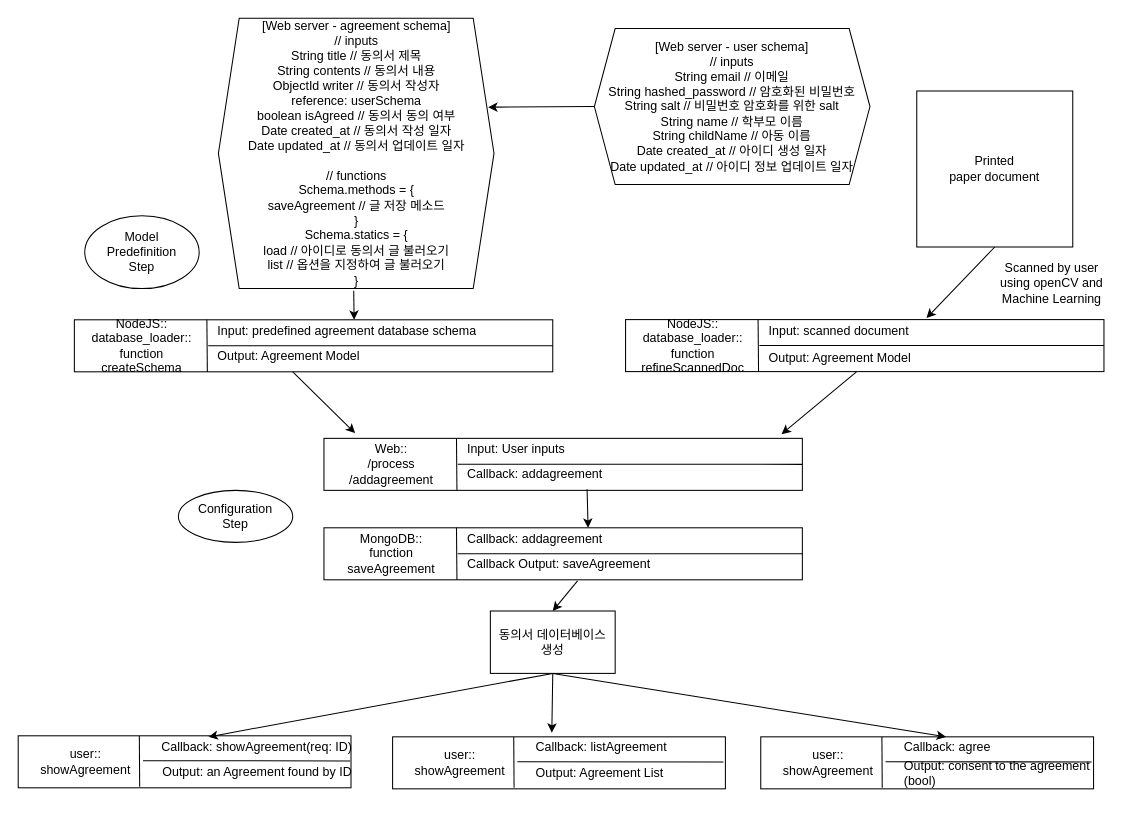
This is page "Page-2" (2 of 2) of Untitled Diagram.drawio from dosthcpp/My-Projects, a draw.io file, before an edit. Source tidied: cells renumbered, new cells numbered last; positions are measured from the earlier drawing's top-left corner, leaving out a move shared by most shapes. Both pictures are drawn from the tidied source at 104%, with x=0, y=0 at pixel (18, 18).
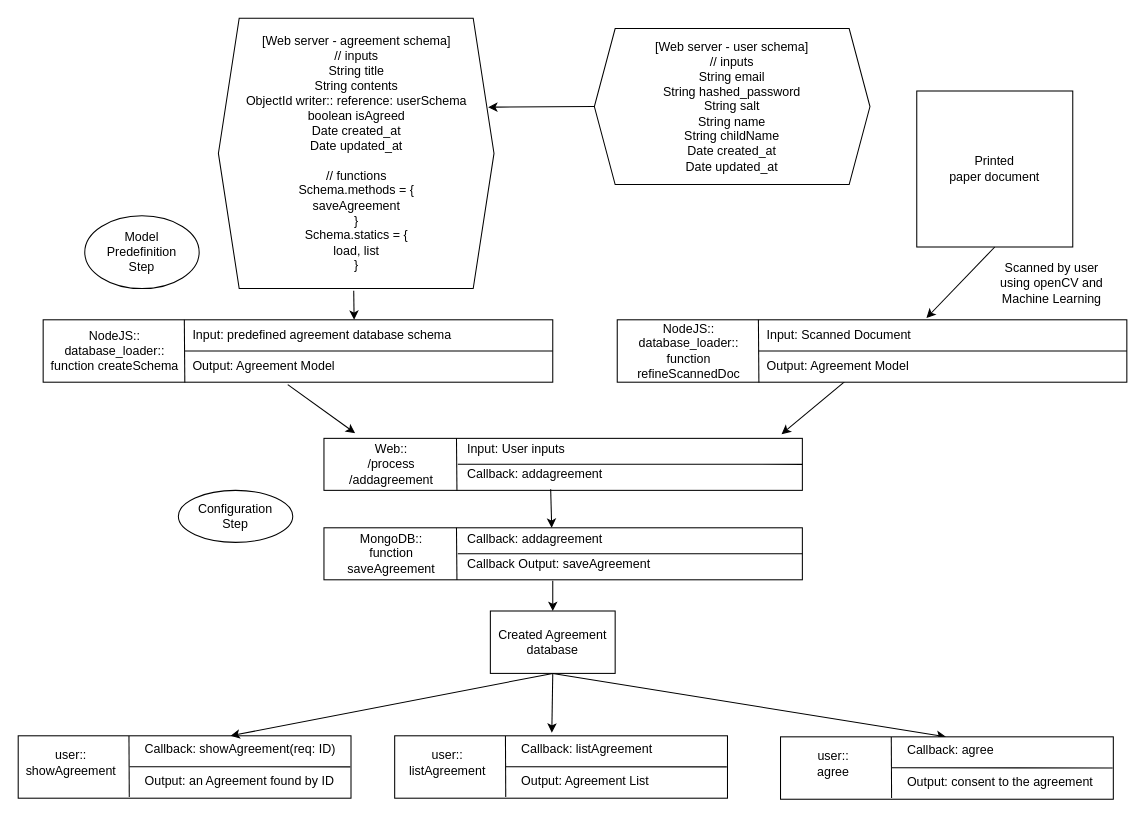
Above is the later version.

The change refers to these unchanged cells:
```xml
<mxCell id="19" value="Printed&lt;br&gt;paper document" style="whiteSpace=wrap;html=1;" parent="1" vertex="1">
  <mxGeometry x="864" y="70" width="150" height="150" as="geometry" />
</mxCell>
<mxCell id="22" style="rounded=0;whiteSpace=wrap;html=1;" parent="1" vertex="1">
  <mxGeometry x="294" y="404" width="460" height="50" as="geometry" />
</mxCell>
<mxCell id="29" style="rounded=0;whiteSpace=wrap;html=1;" parent="1" vertex="1">
  <mxGeometry x="294" y="490" width="460" height="50" as="geometry" />
</mxCell>
<mxCell id="31" value="Callback: addagreement" style="text;html=1;strokeColor=none;fillColor=none;align=left;verticalAlign=middle;whiteSpace=wrap;rounded=0;" parent="1" vertex="1">
  <mxGeometry x="430" y="491" width="270" height="20" as="geometry" />
</mxCell>
```

Change to the diagram source:
```diff
@@
     <mxCell id="2" style="rounded=0;whiteSpace=wrap;html=1;" parent="1" vertex="1">
-      <mxGeometry x="54" y="290" width="460" height="50" as="geometry" />
+      <mxGeometry x="24" y="290" width="490" height="60" as="geometry" />
     </mxCell>
-    <mxCell id="3" value="NodeJS::&lt;br&gt;database_loader::&lt;br&gt;function&lt;br&gt;createSchema" style="text;html=1;strokeColor=none;fillColor=none;align=center;verticalAlign=middle;whiteSpace=wrap;rounded=0;" parent="1" vertex="1">
-      <mxGeometry x="54" y="305" width="130" height="20" as="geometry" />
+    <mxCell id="3" value="NodeJS::&lt;br&gt;database_loader::&lt;br&gt;function createSchema" style="text;html=1;strokeColor=none;fillColor=none;align=center;verticalAlign=middle;whiteSpace=wrap;rounded=0;" parent="1" vertex="1">
+      <mxGeometry x="28" y="295" width="130" height="50" as="geometry" />
     </mxCell>
-    <mxCell id="4" value="[Web server - agreement schema]&lt;br&gt;// inputs&lt;br&gt;String title // 동의서 제목&lt;br&gt;String contents // 동의서 내용&lt;br&gt;ObjectId writer // 동의서 작성자&lt;br&gt;reference: userSchema&lt;br&gt;boolean isAgreed // 동의서 동의 여부&lt;br&gt;Date created_at // 동의서 작성 일자&lt;br&gt;Date updated_at // 동의서 업데이트 일자&lt;br&gt;&lt;br&gt;// functions&lt;br&gt;Schema.methods = {&lt;br&gt;saveAgreement // 글 저장 메소드&lt;br&gt;}&lt;br&gt;Schema.statics = {&lt;br&gt;load // 아이디로 동의서 글 불러오기&lt;br&gt;list // 옵션을 지정하여 글 불러오기&lt;br&gt;}" style="shape=hexagon;perimeter=hexagonPerimeter2;whiteSpace=wrap;html=1;fixedSize=1;" parent="1" vertex="1">
+    <mxCell id="4" value="[Web server - agreement schema]&lt;br&gt;// inputs&lt;br&gt;String title&lt;br&gt;String contents&lt;br&gt;ObjectId writer:: reference: userSchema&lt;br&gt;boolean isAgreed&lt;br&gt;Date created_at&lt;br&gt;Date updated_at&lt;br&gt;&lt;br&gt;// functions&lt;br&gt;Schema.methods = {&lt;br&gt;saveAgreement&lt;br&gt;}&lt;br&gt;Schema.statics = {&lt;br&gt;load, list&lt;br&gt;}" style="shape=hexagon;perimeter=hexagonPerimeter2;whiteSpace=wrap;html=1;fixedSize=1;" parent="1" vertex="1">
       <mxGeometry x="192.5" width="265" height="260" as="geometry" />
     </mxCell>
@@
     <mxCell id="6" value="Input: predefined agreement database schema" style="text;html=1;strokeColor=none;fillColor=none;align=left;verticalAlign=middle;whiteSpace=wrap;rounded=0;" parent="1" vertex="1">
-      <mxGeometry x="190" y="291" width="270" height="20" as="geometry" />
+      <mxGeometry x="166" y="294.8" width="270" height="20" as="geometry" />
     </mxCell>
-    <mxCell id="7" style="endArrow=none;html=1;entryX=1;entryY=0.5;entryDx=0;entryDy=0;exitX=0.99;exitY=0.495;exitDx=0;exitDy=0;exitPerimeter=0;" parent="1" edge="1" source="3" target="2">
-      <mxGeometry relative="1" as="geometry" />
+    <mxCell id="7" style="endArrow=none;html=1;entryX=1;entryY=0.5;entryDx=0;entryDy=0;" parent="1" edge="1" target="2">
+      <mxGeometry relative="1" as="geometry">
+        <mxPoint x="160" y="320" as="sourcePoint" />
+      </mxGeometry>
     </mxCell>
@@
     <mxCell id="9" value="Output: Agreement Model" style="text;html=1;strokeColor=none;fillColor=none;align=left;verticalAlign=middle;whiteSpace=wrap;rounded=0;" parent="1" vertex="1">
-      <mxGeometry x="190" y="315" width="324" height="20" as="geometry" />
+      <mxGeometry x="166" y="324.8" width="324" height="20" as="geometry" />
     </mxCell>
@@
-    <mxCell id="11" value="[Web server - user schema]&lt;br&gt;// inputs&lt;br&gt;String email // 이메일&lt;br&gt;String hashed_password // 암호화된 비밀번호&lt;br&gt;String salt // 비밀번호 암호화를 위한 salt&lt;br&gt;String name // 학부모 이름&lt;br&gt;String childName // 아동 이름&lt;br&gt;Date created_at // 아이디 생성 일자&lt;br&gt;Date updated_at // 아이디 정보 업데이트 일자" style="shape=hexagon;perimeter=hexagonPerimeter2;whiteSpace=wrap;html=1;fixedSize=1;" parent="1" vertex="1">
+    <mxCell id="11" value="[Web server - user schema]&lt;br&gt;// inputs&lt;br&gt;String email&lt;br&gt;String hashed_password&lt;br&gt;String salt&lt;br&gt;String name&lt;br&gt;String childName&lt;br&gt;Date created_at&lt;br&gt;Date updated_at" style="shape=hexagon;perimeter=hexagonPerimeter2;whiteSpace=wrap;html=1;fixedSize=1;" parent="1" vertex="1">
       <mxGeometry x="554" y="10" width="265" height="150" as="geometry" />
     </mxCell>
@@
-    <mxCell id="13" style="rounded=0;whiteSpace=wrap;html=1;" parent="1" vertex="1">
-      <mxGeometry x="584" y="289.8" width="460" height="50" as="geometry" />
-    </mxCell>
-    <mxCell id="14" value="NodeJS::&lt;br&gt;database_loader::&lt;br&gt;function&lt;br&gt;refineScannedDoc" style="text;html=1;strokeColor=none;fillColor=none;align=center;verticalAlign=middle;whiteSpace=wrap;rounded=0;" parent="1" vertex="1">
-      <mxGeometry x="584" y="304.8" width="130" height="20" as="geometry" />
-    </mxCell>
-    <mxCell id="15" value="Input: scanned document" style="text;html=1;strokeColor=none;fillColor=none;align=left;verticalAlign=middle;whiteSpace=wrap;rounded=0;" parent="1" vertex="1">
-      <mxGeometry x="720" y="290.8" width="270" height="20" as="geometry" />
-    </mxCell>
-    <mxCell id="16" style="endArrow=none;html=1;entryX=1;entryY=0.5;entryDx=0;entryDy=0;exitX=0.99;exitY=0.495;exitDx=0;exitDy=0;exitPerimeter=0;" parent="1" edge="1" source="14" target="13">
-      <mxGeometry relative="1" as="geometry" />
-    </mxCell>
-    <mxCell id="17" style="endArrow=none;html=1;exitX=0.278;exitY=1.004;exitDx=0;exitDy=0;exitPerimeter=0;entryX=0.277;entryY=0;entryDx=0;entryDy=0;entryPerimeter=0;" parent="1" edge="1" source="13" target="13">
-      <mxGeometry relative="1" as="geometry" />
-    </mxCell>
-    <mxCell id="18" value="Output: Agreement Model" style="text;html=1;strokeColor=none;fillColor=none;align=left;verticalAlign=middle;whiteSpace=wrap;rounded=0;" parent="1" vertex="1">
-      <mxGeometry x="720" y="314.8" width="344" height="25.2" as="geometry" />
-    </mxCell>
@@
-    <mxCell id="20" style="endArrow=classic;html=1;entryX=0.629;entryY=-0.029;entryDx=0;entryDy=0;entryPerimeter=0;exitX=0.5;exitY=1;exitDx=0;exitDy=0;" parent="1" edge="1" source="19" target="13">
-      <mxGeometry relative="1" as="geometry" />
+    <mxCell id="20" style="endArrow=classic;html=1;entryX=0.629;entryY=-0.029;entryDx=0;entryDy=0;entryPerimeter=0;exitX=0.5;exitY=1;exitDx=0;exitDy=0;" parent="1" edge="1" source="19">
+      <mxGeometry relative="1" as="geometry">
+        <mxPoint x="873.3" y="288.3" as="targetPoint" />
+      </mxGeometry>
     </mxCell>
@@
-    <mxCell id="35" value="동의서 데이터베이스&lt;br&gt;생성" style="rounded=0;whiteSpace=wrap;html=1;" parent="1" vertex="1">
+    <mxCell id="35" value="Created Agreement&lt;br&gt;database" style="rounded=0;whiteSpace=wrap;html=1;" parent="1" vertex="1">
       <mxGeometry x="454" y="570" width="120" height="60" as="geometry" />
     </mxCell>
     <mxCell id="36" style="rounded=0;whiteSpace=wrap;html=1;" parent="1" vertex="1">
-      <mxGeometry y="690" width="320" height="50" as="geometry" />
+      <mxGeometry y="690" width="320" height="60" as="geometry" />
     </mxCell>
     <mxCell id="37" value="user::&lt;br&gt;showAgreement" style="text;html=1;strokeColor=none;fillColor=none;align=center;verticalAlign=middle;whiteSpace=wrap;rounded=0;" parent="1" vertex="1">
-      <mxGeometry y="705" width="130" height="20" as="geometry" />
+      <mxGeometry x="14" y="706" width="74" height="20" as="geometry" />
     </mxCell>
     <mxCell id="38" value="Callback:&amp;nbsp;&lt;span style=&quot;text-align: center&quot;&gt;showAgreement&lt;/span&gt;&lt;span style=&quot;text-align: center&quot;&gt;(req: ID)&lt;/span&gt;" style="text;html=1;strokeColor=none;fillColor=none;align=left;verticalAlign=middle;whiteSpace=wrap;rounded=0;" parent="1" vertex="1">
-      <mxGeometry x="136" y="691" width="188" height="20" as="geometry" />
+      <mxGeometry x="120" y="693" width="188" height="20" as="geometry" />
     </mxCell>
-    <mxCell id="39" style="endArrow=none;html=1;entryX=0.893;entryY=-0.043;entryDx=0;entryDy=0;entryPerimeter=0;" parent="1" edge="1" target="41">
+    <mxCell id="39" style="endArrow=none;html=1;entryX=0.998;entryY=0.498;entryDx=0;entryDy=0;entryPerimeter=0;" parent="1" edge="1" target="36">
       <mxGeometry relative="1" as="geometry">
-        <mxPoint x="120" y="714" as="sourcePoint" />
+        <mxPoint x="107" y="719.8" as="sourcePoint" />
+        <Array as="points">
+          <mxPoint x="107" y="719.8" />
+        </Array>
       </mxGeometry>
     </mxCell>
-    <mxCell id="40" style="endArrow=none;html=1;exitX=0.365;exitY=0.981;exitDx=0;exitDy=0;exitPerimeter=0;entryX=0.364;entryY=0.003;entryDx=0;entryDy=0;entryPerimeter=0;" parent="1" edge="1" source="36" target="36">
-      <mxGeometry relative="1" as="geometry" />
+    <mxCell id="40" style="endArrow=none;html=1;exitX=0.365;exitY=0.981;exitDx=0;exitDy=0;exitPerimeter=0;entryX=0.364;entryY=0.003;entryDx=0;entryDy=0;entryPerimeter=0;" parent="1" edge="1">
+      <mxGeometry relative="1" as="geometry">
+        <mxPoint x="106.8" y="748.9" as="sourcePoint" />
+        <mxPoint x="106.5" y="690.2" as="targetPoint" />
+      </mxGeometry>
     </mxCell>
     <mxCell id="41" value="Output: an Agreement found by ID" style="text;html=1;strokeColor=none;fillColor=none;align=left;verticalAlign=middle;whiteSpace=wrap;rounded=0;" parent="1" vertex="1">
-      <mxGeometry x="137" y="715" width="204" height="20" as="geometry" />
+      <mxGeometry x="120" y="724" width="204" height="20" as="geometry" />
     </mxCell>
-    <mxCell id="42" style="rounded=0;whiteSpace=wrap;html=1;" parent="1" vertex="1">
-      <mxGeometry x="360" y="691" width="320" height="50" as="geometry" />
-    </mxCell>
-    <mxCell id="43" value="user::&lt;br&gt;showAgreement" style="text;html=1;strokeColor=none;fillColor=none;align=center;verticalAlign=middle;whiteSpace=wrap;rounded=0;" parent="1" vertex="1">
-      <mxGeometry x="360" y="706" width="130" height="20" as="geometry" />
-    </mxCell>
-    <mxCell id="44" style="endArrow=none;html=1;entryX=0.893;entryY=-0.043;entryDx=0;entryDy=0;entryPerimeter=0;" parent="1" edge="1" target="46">
-      <mxGeometry relative="1" as="geometry">
-        <mxPoint x="480" y="715" as="sourcePoint" />
-      </mxGeometry>
-    </mxCell>
-    <mxCell id="45" style="endArrow=none;html=1;exitX=0.365;exitY=0.981;exitDx=0;exitDy=0;exitPerimeter=0;entryX=0.364;entryY=0.003;entryDx=0;entryDy=0;entryPerimeter=0;" parent="1" edge="1" source="42" target="42">
-      <mxGeometry relative="1" as="geometry" />
-    </mxCell>
-    <mxCell id="46" value="Output: Agreement List" style="text;html=1;strokeColor=none;fillColor=none;align=left;verticalAlign=middle;whiteSpace=wrap;rounded=0;" parent="1" vertex="1">
-      <mxGeometry x="496" y="716" width="204" height="20" as="geometry" />
-    </mxCell>
-    <mxCell id="47" style="rounded=0;whiteSpace=wrap;html=1;" parent="1" vertex="1">
-      <mxGeometry x="714" y="691" width="320" height="50" as="geometry" />
-    </mxCell>
-    <mxCell id="48" value="user::&lt;br&gt;showAgreement" style="text;html=1;strokeColor=none;fillColor=none;align=center;verticalAlign=middle;whiteSpace=wrap;rounded=0;" parent="1" vertex="1">
-      <mxGeometry x="714" y="706" width="130" height="20" as="geometry" />
-    </mxCell>
-    <mxCell id="49" style="endArrow=none;html=1;entryX=0.893;entryY=-0.043;entryDx=0;entryDy=0;entryPerimeter=0;" parent="1" edge="1" target="51">
-      <mxGeometry relative="1" as="geometry">
-        <mxPoint x="834" y="715" as="sourcePoint" />
-      </mxGeometry>
-    </mxCell>
-    <mxCell id="50" style="endArrow=none;html=1;exitX=0.365;exitY=0.981;exitDx=0;exitDy=0;exitPerimeter=0;entryX=0.364;entryY=0.003;entryDx=0;entryDy=0;entryPerimeter=0;" parent="1" edge="1" source="47" target="47">
-      <mxGeometry relative="1" as="geometry" />
-    </mxCell>
-    <mxCell id="51" value="Output: consent to the agreement&lt;br&gt;(bool)" style="text;html=1;strokeColor=none;fillColor=none;align=left;verticalAlign=middle;whiteSpace=wrap;rounded=0;" parent="1" vertex="1">
-      <mxGeometry x="850" y="716" width="204" height="20" as="geometry" />
-    </mxCell>
-    <mxCell id="52" value="Callback: list&lt;span style=&quot;text-align: center&quot;&gt;Agreement&lt;/span&gt;" style="text;html=1;strokeColor=none;fillColor=none;align=left;verticalAlign=middle;whiteSpace=wrap;rounded=0;" parent="1" vertex="1">
-      <mxGeometry x="496" y="691" width="178" height="20" as="geometry" />
-    </mxCell>
-    <mxCell id="53" value="Callback:&amp;nbsp;&lt;span style=&quot;text-align: center&quot;&gt;agree&lt;/span&gt;" style="text;html=1;strokeColor=none;fillColor=none;align=left;verticalAlign=middle;whiteSpace=wrap;rounded=0;" parent="1" vertex="1">
-      <mxGeometry x="850" y="691" width="168" height="20" as="geometry" />
-    </mxCell>
-    <mxCell id="54" style="endArrow=classic;html=1;" parent="1" edge="1">
+    <mxCell id="54" style="endArrow=classic;html=1;exitX=0.48;exitY=1.039;exitDx=0;exitDy=0;exitPerimeter=0;" parent="1" edge="1" source="2">
       <mxGeometry relative="1" as="geometry">
-        <mxPoint x="264" y="340" as="sourcePoint" />
         <mxPoint x="324" y="399" as="targetPoint" />
       </mxGeometry>
     </mxCell>
-    <mxCell id="55" style="endArrow=classic;html=1;exitX=0.25;exitY=1;exitDx=0;exitDy=0;" parent="1" edge="1" source="18">
+    <mxCell id="55" style="endArrow=classic;html=1;exitX=0.25;exitY=1;exitDx=0;exitDy=0;" parent="1" edge="1">
       <mxGeometry relative="1" as="geometry">
+        <mxPoint x="806" y="340" as="sourcePoint" />
         <mxPoint x="734" y="400" as="targetPoint" />
       </mxGeometry>
     </mxCell>
-    <mxCell id="56" style="endArrow=classic;html=1;exitX=0.55;exitY=0.98;exitDx=0;exitDy=0;exitPerimeter=0;entryX=0.437;entryY=-0.05;entryDx=0;entryDy=0;entryPerimeter=0;" parent="1" edge="1" source="22" target="31">
-      <mxGeometry relative="1" as="geometry" />
+    <mxCell id="56" style="endArrow=classic;html=1;exitX=0.55;exitY=0.98;exitDx=0;exitDy=0;exitPerimeter=0;entryX=0.437;entryY=-0.05;entryDx=0;entryDy=0;entryPerimeter=0;" parent="1" edge="1">
+      <mxGeometry relative="1" as="geometry">
+        <mxPoint x="512" y="453" as="sourcePoint" />
+        <mxPoint x="513" y="490" as="targetPoint" />
+      </mxGeometry>
     </mxCell>
-    <mxCell id="57" style="endArrow=classic;html=1;exitX=0.53;exitY=1.02;exitDx=0;exitDy=0;exitPerimeter=0;entryX=0.5;entryY=0;entryDx=0;entryDy=0;" parent="1" edge="1" source="29" target="35">
-      <mxGeometry relative="1" as="geometry" />
+    <mxCell id="57" style="endArrow=classic;html=1;entryX=0.5;entryY=0;entryDx=0;entryDy=0;" parent="1" edge="1">
+      <mxGeometry relative="1" as="geometry">
+        <mxPoint x="514" y="541" as="sourcePoint" />
+        <mxPoint x="514" y="570" as="targetPoint" />
+      </mxGeometry>
     </mxCell>
-    <mxCell id="58" style="endArrow=classic;html=1;exitX=0.5;exitY=1;exitDx=0;exitDy=0;entryX=0.25;entryY=0;entryDx=0;entryDy=0;" parent="1" edge="1" source="35" target="38">
+    <mxCell id="58" style="endArrow=classic;html=1;exitX=0.5;exitY=1;exitDx=0;exitDy=0;entryX=0.638;entryY=0;entryDx=0;entryDy=0;entryPerimeter=0;" parent="1" edge="1" source="35" target="36">
       <mxGeometry relative="1" as="geometry" />
     </mxCell>
-    <mxCell id="59" style="endArrow=classic;html=1;exitX=0.5;exitY=1;exitDx=0;exitDy=0;entryX=0.096;entryY=-0.2;entryDx=0;entryDy=0;entryPerimeter=0;" parent="1" edge="1" source="35" target="52">
-      <mxGeometry relative="1" as="geometry" />
+    <mxCell id="59" style="endArrow=classic;html=1;exitX=0.5;exitY=1;exitDx=0;exitDy=0;entryX=0.096;entryY=-0.2;entryDx=0;entryDy=0;entryPerimeter=0;" parent="1" edge="1" source="35">
+      <mxGeometry relative="1" as="geometry">
+        <mxPoint x="513.1" y="687" as="targetPoint" />
+      </mxGeometry>
     </mxCell>
-    <mxCell id="60" style="endArrow=classic;html=1;entryX=0.25;entryY=0;entryDx=0;entryDy=0;" parent="1" edge="1" target="53">
+    <mxCell id="60" style="endArrow=classic;html=1;entryX=0.25;entryY=0;entryDx=0;entryDy=0;" parent="1" edge="1">
       <mxGeometry relative="1" as="geometry">
         <mxPoint x="514" y="630" as="sourcePoint" />
+        <mxPoint x="892" y="691" as="targetPoint" />
       </mxGeometry>
     </mxCell>
+    <mxCell id="61" style="rounded=0;whiteSpace=wrap;html=1;" parent="1" vertex="1">
+      <mxGeometry x="576" y="290" width="490" height="60" as="geometry" />
+    </mxCell>
+    <mxCell id="14" value="NodeJS::&lt;br&gt;database_loader::&lt;br&gt;function &lt;br&gt;refineScannedDoc" style="text;html=1;strokeColor=none;fillColor=none;align=center;verticalAlign=middle;whiteSpace=wrap;rounded=0;" parent="1" vertex="1">
+      <mxGeometry x="580" y="295" width="130" height="50" as="geometry" />
+    </mxCell>
+    <mxCell id="62" value="Input: Scanned Document" style="text;html=1;strokeColor=none;fillColor=none;align=left;verticalAlign=middle;whiteSpace=wrap;rounded=0;" parent="1" vertex="1">
+      <mxGeometry x="718" y="294.8" width="270" height="20" as="geometry" />
+    </mxCell>
+    <mxCell id="63" style="endArrow=none;html=1;entryX=1;entryY=0.5;entryDx=0;entryDy=0;" parent="1" edge="1" target="61">
+      <mxGeometry relative="1" as="geometry">
+        <mxPoint x="712" y="320" as="sourcePoint" />
+      </mxGeometry>
+    </mxCell>
+    <mxCell id="64" style="endArrow=none;html=1;exitX=0.278;exitY=1.004;exitDx=0;exitDy=0;exitPerimeter=0;entryX=0.277;entryY=0;entryDx=0;entryDy=0;entryPerimeter=0;" parent="1" edge="1" source="61" target="61">
+      <mxGeometry relative="1" as="geometry" />
+    </mxCell>
+    <mxCell id="18" value="Output: Agreement Model" style="text;html=1;strokeColor=none;fillColor=none;align=left;verticalAlign=middle;whiteSpace=wrap;rounded=0;" parent="1" vertex="1">
+      <mxGeometry x="718" y="324.8" width="324" height="20" as="geometry" />
+    </mxCell>
+    <mxCell id="65" style="rounded=0;whiteSpace=wrap;html=1;" parent="1" vertex="1">
+      <mxGeometry x="362" y="690" width="320" height="60" as="geometry" />
+    </mxCell>
+    <mxCell id="66" value="user::&lt;br&gt;listAgreement" style="text;html=1;strokeColor=none;fillColor=none;align=center;verticalAlign=middle;whiteSpace=wrap;rounded=0;" parent="1" vertex="1">
+      <mxGeometry x="376" y="706" width="74" height="20" as="geometry" />
+    </mxCell>
+    <mxCell id="67" value="&lt;div style=&quot;text-align: center&quot;&gt;&lt;span&gt;Callback: listAgreement&lt;/span&gt;&lt;/div&gt;" style="text;html=1;strokeColor=none;fillColor=none;align=left;verticalAlign=middle;whiteSpace=wrap;rounded=0;" parent="1" vertex="1">
+      <mxGeometry x="482" y="693" width="188" height="20" as="geometry" />
+    </mxCell>
+    <mxCell id="68" style="endArrow=none;html=1;entryX=0.998;entryY=0.498;entryDx=0;entryDy=0;entryPerimeter=0;" parent="1" edge="1" target="65">
+      <mxGeometry relative="1" as="geometry">
+        <mxPoint x="469" y="719.8" as="sourcePoint" />
+        <Array as="points">
+          <mxPoint x="469" y="719.8" />
+        </Array>
+      </mxGeometry>
+    </mxCell>
+    <mxCell id="69" style="endArrow=none;html=1;exitX=0.365;exitY=0.981;exitDx=0;exitDy=0;exitPerimeter=0;entryX=0.364;entryY=0.003;entryDx=0;entryDy=0;entryPerimeter=0;" parent="1" edge="1">
+      <mxGeometry relative="1" as="geometry">
+        <mxPoint x="468.8" y="748.9" as="sourcePoint" />
+        <mxPoint x="468.5" y="690.2" as="targetPoint" />
+      </mxGeometry>
+    </mxCell>
+    <mxCell id="46" value="Output: Agreement List" style="text;html=1;strokeColor=none;fillColor=none;align=left;verticalAlign=middle;whiteSpace=wrap;rounded=0;" parent="1" vertex="1">
+      <mxGeometry x="482" y="724" width="204" height="20" as="geometry" />
+    </mxCell>
+    <mxCell id="70" style="rounded=0;whiteSpace=wrap;html=1;" parent="1" vertex="1">
+      <mxGeometry x="733" y="691" width="320" height="60" as="geometry" />
+    </mxCell>
+    <mxCell id="71" value="user::&lt;br&gt;agree" style="text;html=1;strokeColor=none;fillColor=none;align=center;verticalAlign=middle;whiteSpace=wrap;rounded=0;" parent="1" vertex="1">
+      <mxGeometry x="747" y="707" width="74" height="20" as="geometry" />
+    </mxCell>
+    <mxCell id="53" value="&lt;div style=&quot;text-align: center&quot;&gt;&lt;span&gt;Callback: agree&lt;/span&gt;&lt;/div&gt;" style="text;html=1;strokeColor=none;fillColor=none;align=left;verticalAlign=middle;whiteSpace=wrap;rounded=0;" parent="1" vertex="1">
+      <mxGeometry x="853" y="694" width="188" height="20" as="geometry" />
+    </mxCell>
+    <mxCell id="72" style="endArrow=none;html=1;entryX=0.998;entryY=0.498;entryDx=0;entryDy=0;entryPerimeter=0;" parent="1" edge="1" target="70">
+      <mxGeometry relative="1" as="geometry">
+        <mxPoint x="840" y="720.8" as="sourcePoint" />
+        <Array as="points">
+          <mxPoint x="840" y="720.8" />
+        </Array>
+      </mxGeometry>
+    </mxCell>
+    <mxCell id="73" style="endArrow=none;html=1;exitX=0.365;exitY=0.981;exitDx=0;exitDy=0;exitPerimeter=0;entryX=0.364;entryY=0.003;entryDx=0;entryDy=0;entryPerimeter=0;" parent="1" edge="1">
+      <mxGeometry relative="1" as="geometry">
+        <mxPoint x="839.8" y="749.9" as="sourcePoint" />
+        <mxPoint x="839.5" y="691.2" as="targetPoint" />
+      </mxGeometry>
+    </mxCell>
+    <mxCell id="74" value="Output: consent to the agreement" style="text;html=1;strokeColor=none;fillColor=none;align=left;verticalAlign=middle;whiteSpace=wrap;rounded=0;" parent="1" vertex="1">
+      <mxGeometry x="853" y="725" width="204" height="20" as="geometry" />
+    </mxCell>
```
